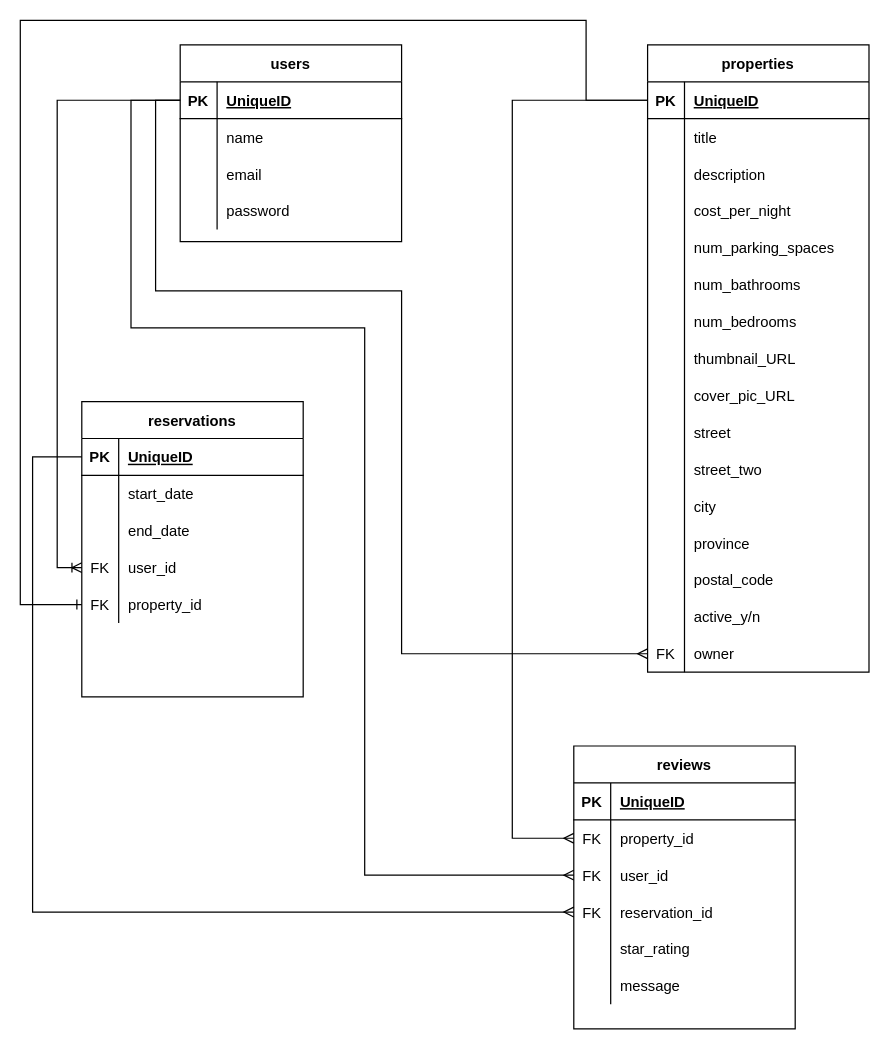
whammydiver/LighthouseBNB keeps this draw.io diagram as lighthouseBNB_ERD.drawio. Above is the earlier version. Source tidied: cells renumbered, new cells numbered last; positions are measured from the earlier drawing's top-left corner, leaving out a move shared by most shapes. Both pictures are drawn from the tidied source at 123%, with x=0, y=0 at pixel (20, 20).
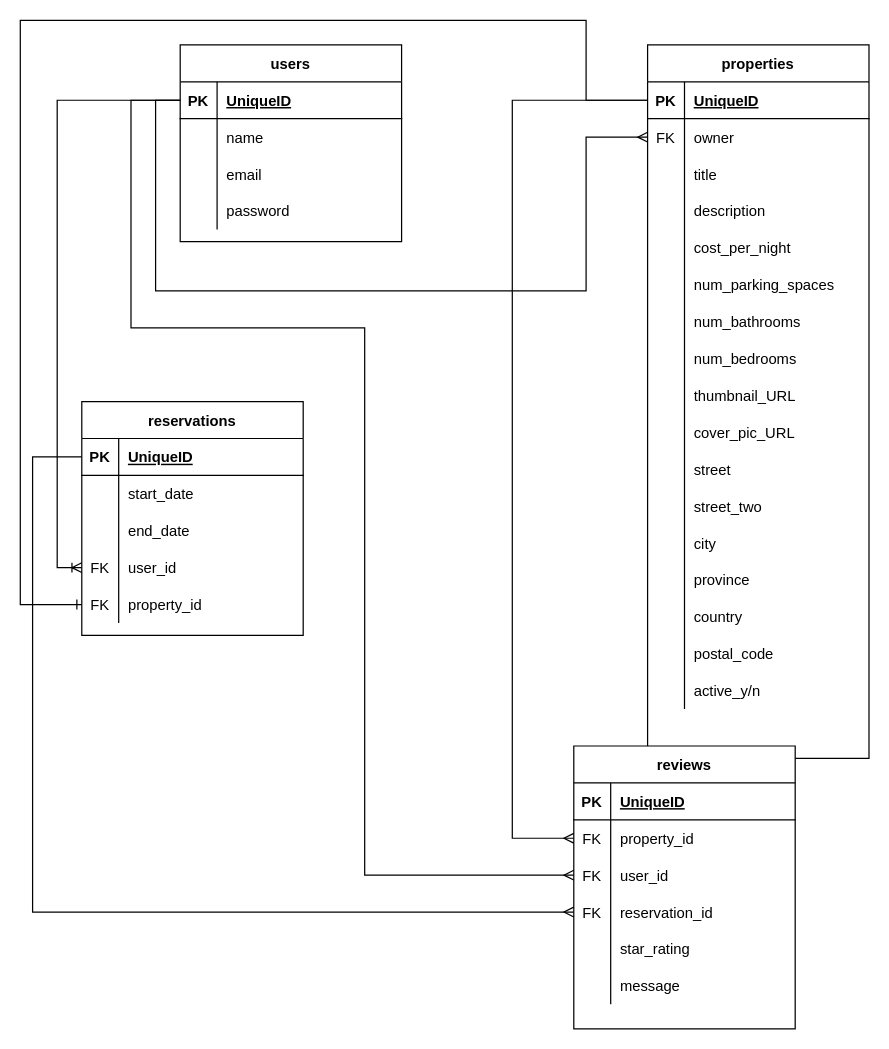
The same page after the edit.

The change refers to these unchanged cells:
```xml
<mxCell id="3" style="shape=tableRow;horizontal=0;startSize=0;swimlaneHead=0;swimlaneBody=0;fillColor=none;points=[[0,0.5],[1,0.5]];portConstraint=eastwest;top=0;left=0;right=0;bottom=1;" parent="2" vertex="1">
  <mxGeometry y="30" width="180" height="30" as="geometry" />
</mxCell>
```

The edit, as a diff of the source:
```diff
@@
     <mxCell id="15" value="properties" style="shape=table;startSize=30;childLayout=tableLayout;rowLines=0;fontStyle=1;align=center;" parent="1" vertex="1">
-      <mxGeometry x="510" y="20" width="180" height="510" as="geometry" />
+      <mxGeometry x="510" y="20" width="180" height="580" as="geometry" />
     </mxCell>
@@
+    <mxCell id="61" style="shape=tableRow;horizontal=0;startSize=0;swimlaneHead=0;swimlaneBody=0;fillColor=none;points=[[0,0.5],[1,0.5]];portConstraint=eastwest;top=0;left=0;right=0;bottom=0;" parent="15" vertex="1">
+      <mxGeometry y="60" width="180" height="30" as="geometry" />
+    </mxCell>
+    <mxCell id="62" value="FK" style="shape=partialRectangle;fillColor=none;top=0;left=0;bottom=0;right=0;overflow=hidden;" parent="61" vertex="1">
+      <mxGeometry width="30" height="30" as="geometry" />
+    </mxCell>
+    <mxCell id="63" value="owner" style="shape=partialRectangle;fillColor=none;top=0;left=0;bottom=0;right=0;align=left;spacingLeft=6;overflow=hidden;" parent="61" vertex="1">
+      <mxGeometry x="30" width="150" height="30" as="geometry" />
+    </mxCell>
     <mxCell id="19" style="shape=tableRow;horizontal=0;startSize=0;swimlaneHead=0;swimlaneBody=0;fillColor=none;top=0;left=0;right=0;bottom=0;" parent="15" vertex="1">
-      <mxGeometry y="60" width="180" height="30" as="geometry" />
+      <mxGeometry y="90" width="180" height="30" as="geometry" />
     </mxCell>
@@
     <mxCell id="22" style="shape=tableRow;horizontal=0;startSize=0;swimlaneHead=0;swimlaneBody=0;fillColor=none;top=0;left=0;right=0;bottom=0;" parent="15" vertex="1">
-      <mxGeometry y="90" width="180" height="30" as="geometry" />
+      <mxGeometry y="120" width="180" height="30" as="geometry" />
     </mxCell>
@@
     <mxCell id="25" style="shape=tableRow;horizontal=0;startSize=0;swimlaneHead=0;swimlaneBody=0;fillColor=none;top=0;left=0;right=0;bottom=0;" parent="15" vertex="1">
-      <mxGeometry y="120" width="180" height="30" as="geometry" />
+      <mxGeometry y="150" width="180" height="30" as="geometry" />
     </mxCell>
@@
     <mxCell id="28" style="shape=tableRow;horizontal=0;startSize=0;swimlaneHead=0;swimlaneBody=0;fillColor=none;top=0;left=0;right=0;bottom=0;" parent="15" vertex="1">
-      <mxGeometry y="150" width="180" height="30" as="geometry" />
+      <mxGeometry y="180" width="180" height="30" as="geometry" />
     </mxCell>
@@
     <mxCell id="31" style="shape=tableRow;horizontal=0;startSize=0;swimlaneHead=0;swimlaneBody=0;fillColor=none;top=0;left=0;right=0;bottom=0;" parent="15" vertex="1">
-      <mxGeometry y="180" width="180" height="30" as="geometry" />
+      <mxGeometry y="210" width="180" height="30" as="geometry" />
     </mxCell>
@@
     <mxCell id="34" style="shape=tableRow;horizontal=0;startSize=0;swimlaneHead=0;swimlaneBody=0;fillColor=none;top=0;left=0;right=0;bottom=0;" parent="15" vertex="1">
-      <mxGeometry y="210" width="180" height="30" as="geometry" />
+      <mxGeometry y="240" width="180" height="30" as="geometry" />
     </mxCell>
@@
     <mxCell id="37" style="shape=tableRow;horizontal=0;startSize=0;swimlaneHead=0;swimlaneBody=0;fillColor=none;top=0;left=0;right=0;bottom=0;" parent="15" vertex="1">
-      <mxGeometry y="240" width="180" height="30" as="geometry" />
+      <mxGeometry y="270" width="180" height="30" as="geometry" />
     </mxCell>
@@
     <mxCell id="40" style="shape=tableRow;horizontal=0;startSize=0;swimlaneHead=0;swimlaneBody=0;fillColor=none;top=0;left=0;right=0;bottom=0;" parent="15" vertex="1">
-      <mxGeometry y="270" width="180" height="30" as="geometry" />
+      <mxGeometry y="300" width="180" height="30" as="geometry" />
     </mxCell>
@@
     <mxCell id="43" style="shape=tableRow;horizontal=0;startSize=0;swimlaneHead=0;swimlaneBody=0;fillColor=none;top=0;left=0;right=0;bottom=0;" parent="15" vertex="1">
-      <mxGeometry y="300" width="180" height="30" as="geometry" />
+      <mxGeometry y="330" width="180" height="30" as="geometry" />
     </mxCell>
@@
     <mxCell id="46" style="shape=tableRow;horizontal=0;startSize=0;swimlaneHead=0;swimlaneBody=0;fillColor=none;top=0;left=0;right=0;bottom=0;" parent="15" vertex="1">
-      <mxGeometry y="330" width="180" height="30" as="geometry" />
+      <mxGeometry y="360" width="180" height="30" as="geometry" />
     </mxCell>
@@
     <mxCell id="49" style="shape=tableRow;horizontal=0;startSize=0;swimlaneHead=0;swimlaneBody=0;fillColor=none;top=0;left=0;right=0;bottom=0;" parent="15" vertex="1">
-      <mxGeometry y="360" width="180" height="30" as="geometry" />
+      <mxGeometry y="390" width="180" height="30" as="geometry" />
     </mxCell>
@@
     <mxCell id="52" style="shape=tableRow;horizontal=0;startSize=0;swimlaneHead=0;swimlaneBody=0;fillColor=none;top=0;left=0;right=0;bottom=0;" parent="15" vertex="1">
-      <mxGeometry y="390" width="180" height="30" as="geometry" />
+      <mxGeometry y="420" width="180" height="30" as="geometry" />
     </mxCell>
@@
+    <mxCell id="109" style="shape=tableRow;horizontal=0;startSize=0;swimlaneHead=0;swimlaneBody=0;fillColor=none;top=0;left=0;right=0;bottom=0;" parent="15" vertex="1">
+      <mxGeometry y="450" width="180" height="30" as="geometry" />
+    </mxCell>
+    <mxCell id="110" style="shape=partialRectangle;fillColor=none;top=0;left=0;bottom=0;right=0;overflow=hidden;" parent="109" vertex="1">
+      <mxGeometry width="30" height="30" as="geometry" />
+    </mxCell>
+    <mxCell id="111" value="country" style="shape=partialRectangle;fillColor=none;top=0;left=0;bottom=0;right=0;align=left;spacingLeft=6;overflow=hidden;" parent="109" vertex="1">
+      <mxGeometry x="30" width="150" height="30" as="geometry" />
+    </mxCell>
     <mxCell id="55" style="shape=tableRow;horizontal=0;startSize=0;swimlaneHead=0;swimlaneBody=0;fillColor=none;top=0;left=0;right=0;bottom=0;" parent="15" vertex="1">
-      <mxGeometry y="420" width="180" height="30" as="geometry" />
+      <mxGeometry y="480" width="180" height="30" as="geometry" />
     </mxCell>
@@
     <mxCell id="58" style="shape=tableRow;horizontal=0;startSize=0;swimlaneHead=0;swimlaneBody=0;fillColor=none;top=0;left=0;right=0;bottom=0;" parent="15" vertex="1">
-      <mxGeometry y="450" width="180" height="30" as="geometry" />
+      <mxGeometry y="510" width="180" height="30" as="geometry" />
     </mxCell>
@@
-    <mxCell id="61" style="shape=tableRow;horizontal=0;startSize=0;swimlaneHead=0;swimlaneBody=0;fillColor=none;points=[[0,0.5],[1,0.5]];portConstraint=eastwest;top=0;left=0;right=0;bottom=0;" parent="15" vertex="1">
-      <mxGeometry y="480" width="180" height="30" as="geometry" />
-    </mxCell>
-    <mxCell id="62" value="FK" style="shape=partialRectangle;fillColor=none;top=0;left=0;bottom=0;right=0;overflow=hidden;" parent="61" vertex="1">
-      <mxGeometry width="30" height="30" as="geometry" />
-    </mxCell>
-    <mxCell id="63" value="owner" style="shape=partialRectangle;fillColor=none;top=0;left=0;bottom=0;right=0;align=left;spacingLeft=6;overflow=hidden;" parent="61" vertex="1">
-      <mxGeometry x="30" width="150" height="30" as="geometry" />
-    </mxCell>
@@
     <mxCell id="67" value="reservations" style="shape=table;startSize=30;childLayout=tableLayout;rowLines=0;fontStyle=1;align=center;" parent="1" vertex="1">
-      <mxGeometry x="50" y="310" width="180" height="240" as="geometry" />
+      <mxGeometry x="50" y="310" width="180" height="190" as="geometry" />
     </mxCell>
@@
     <mxCell id="105" style="edgeStyle=orthogonalEdgeStyle;rounded=0;jettySize=auto;html=1;exitX=0;exitY=0.5;exitDx=0;exitDy=0;entryX=0;entryY=0.5;entryDx=0;entryDy=0;endArrow=ERmany;endFill=0;" parent="1" edge="1" source="3" target="61">
       <mxGeometry relative="1" as="geometry">
         <Array as="points">
           <mxPoint x="110" y="65" />
           <mxPoint x="110" y="220" />
-          <mxPoint x="310" y="220" />
-          <mxPoint x="310" y="515" />
+          <mxPoint x="460" y="220" />
+          <mxPoint x="460" y="95" />
         </Array>
       </mxGeometry>
     </mxCell>
```
